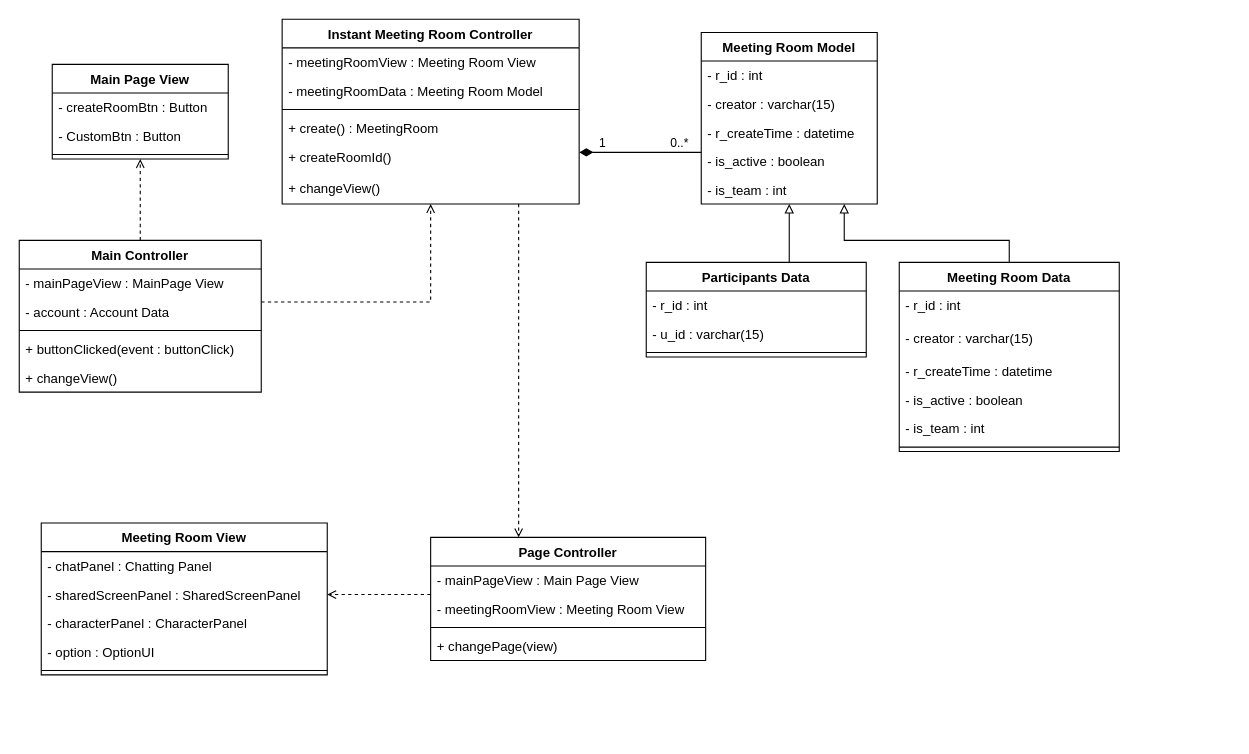
ONFFLine/Diagram keeps this draw.io diagram as CD1.drawio. Above is the earlier version. Source tidied: cells renumbered, new cells numbered last; positions are measured from the earlier drawing's top-left corner, leaving out a move shared by most shapes. Both pictures are drawn from the tidied source at 110%, with x=0, y=0 at pixel (19, 19).
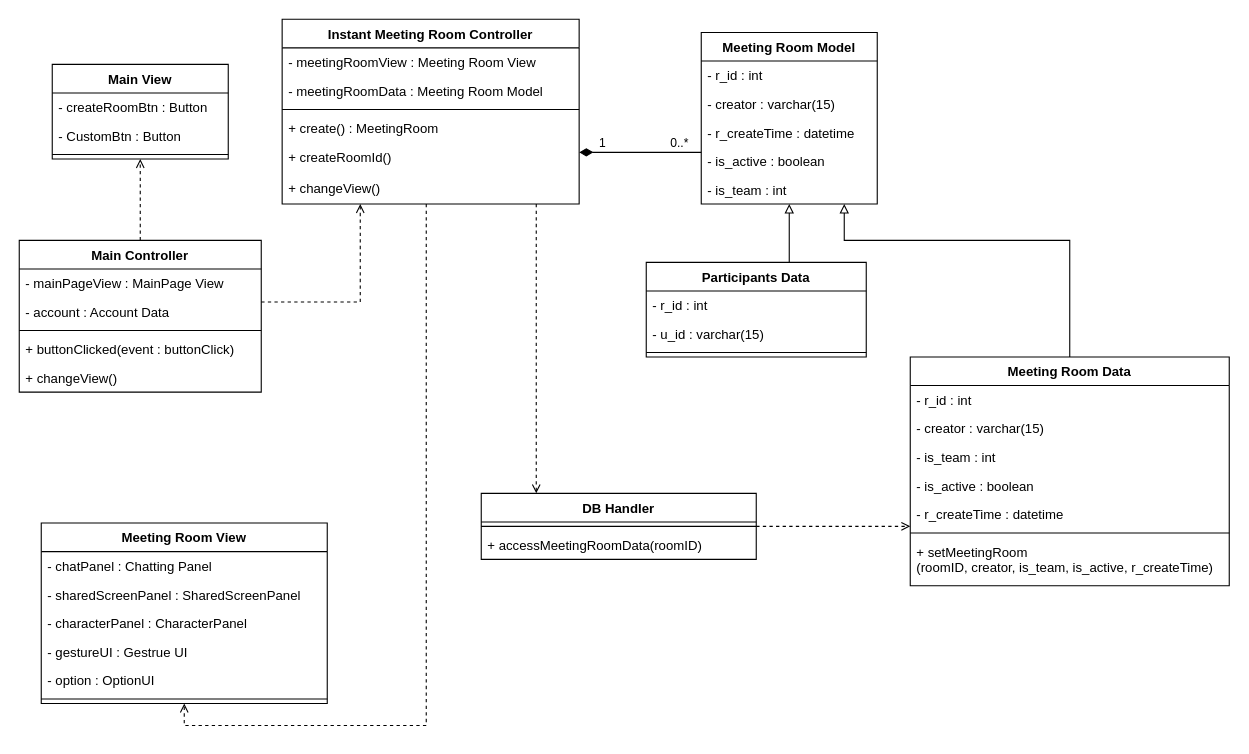
The same page after the edit.

The change refers to these unchanged cells:
```xml
<mxCell id="3" value="Instant Meeting Room Controller" style="swimlane;fontStyle=1;align=center;verticalAlign=top;horizontal=1;startSize=26;" parent="1" vertex="1">
  <mxGeometry x="239" width="270" height="168" as="geometry" />
</mxCell>
<mxCell id="12" value="Main Controller" style="swimlane;fontStyle=1;align=center;verticalAlign=top;horizontal=1;startSize=26;" parent="1" vertex="1">
  <mxGeometry y="201" width="220" height="138" as="geometry" />
</mxCell>
<mxCell id="24" value="- sharedScreenPanel : SharedScreenPanel" style="text;strokeColor=none;fillColor=none;align=left;verticalAlign=top;spacingLeft=4;spacingRight=4;overflow=hidden;points=[[0,0.5],[1,0.5]];portConstraint=eastwest;" parent="22" vertex="1">
  <mxGeometry y="52" width="260" height="26" as="geometry" />
</mxCell>
<mxCell id="37" value="Meeting Room Model" style="swimlane;fontStyle=1;align=center;verticalAlign=top;horizontal=1;startSize=26;" parent="1" vertex="1">
  <mxGeometry x="620" y="12" width="160" height="156" as="geometry" />
</mxCell>
```

Diff of the diagram source:
```diff
@@
     <mxCell id="2" style="edgeStyle=orthogonalEdgeStyle;rounded=0;jettySize=auto;html=1;endArrow=open;endFill=0;dashed=1;" parent="1" edge="1" source="3" target="29">
       <mxGeometry relative="1" as="geometry">
         <Array as="points">
-          <mxPoint x="454" y="371" />
-          <mxPoint x="454" y="371" />
+          <mxPoint x="470" y="281" />
+          <mxPoint x="470" y="281" />
         </Array>
       </mxGeometry>
     </mxCell>
+    <mxCell id="56" style="edgeStyle=orthogonalEdgeStyle;rounded=0;jettySize=auto;html=1;entryX=0.5;entryY=1;entryDx=0;entryDy=0;dashed=1;endArrow=open;endFill=0;" parent="1" edge="1" source="3" target="22">
+      <mxGeometry relative="1" as="geometry">
+        <Array as="points">
+          <mxPoint x="370" y="642" />
+          <mxPoint x="150" y="642" />
+        </Array>
+      </mxGeometry>
+    </mxCell>
@@
     <mxCell id="10" style="edgeStyle=orthogonalEdgeStyle;rounded=0;jettySize=auto;html=1;dashed=1;endArrow=open;endFill=0;" parent="1" edge="1" source="12" target="3">
       <mxGeometry relative="1" as="geometry">
         <Array as="points">
-          <mxPoint x="240" y="257" />
-          <mxPoint x="240" y="257" />
+          <mxPoint x="310" y="257" />
         </Array>
       </mxGeometry>
     </mxCell>
@@
-    <mxCell id="18" value="Main Page View" style="swimlane;fontStyle=1;align=center;verticalAlign=top;horizontal=1;startSize=26;" parent="1" vertex="1">
+    <mxCell id="18" value="Main View" style="swimlane;fontStyle=1;align=center;verticalAlign=top;horizontal=1;startSize=26;" parent="1" vertex="1">
       <mxGeometry x="30" y="41" width="160" height="86" as="geometry" />
     </mxCell>
@@
     <mxCell id="22" value="Meeting Room View" style="swimlane;fontStyle=1;align=center;verticalAlign=top;horizontal=1;startSize=26;" parent="1" vertex="1">
-      <mxGeometry x="20" y="458" width="260" height="138" as="geometry" />
+      <mxGeometry x="20" y="458" width="260" height="164" as="geometry" />
     </mxCell>
@@
+    <mxCell id="57" value="- characterPanel : CharacterPanel" style="text;strokeColor=none;fillColor=none;align=left;verticalAlign=top;spacingLeft=4;spacingRight=4;overflow=hidden;" parent="22" vertex="1">
+      <mxGeometry y="78" width="260" height="26" as="geometry" />
+    </mxCell>
-    <mxCell id="25" value="- characterPanel : CharacterPanel" style="text;strokeColor=none;fillColor=none;align=left;verticalAlign=top;spacingLeft=4;spacingRight=4;overflow=hidden;" parent="22" vertex="1">
-      <mxGeometry y="78" width="260" height="26" as="geometry" />
+    <mxCell id="25" value="- gestureUI : Gestrue UI" style="text;strokeColor=none;fillColor=none;align=left;verticalAlign=top;spacingLeft=4;spacingRight=4;overflow=hidden;" parent="22" vertex="1">
+      <mxGeometry y="104" width="260" height="26" as="geometry" />
     </mxCell>
     <mxCell id="26" value="- option : OptionUI" style="text;strokeColor=none;fillColor=none;align=left;verticalAlign=top;spacingLeft=4;spacingRight=4;overflow=hidden;" parent="22" vertex="1">
-      <mxGeometry y="104" width="260" height="26" as="geometry" />
+      <mxGeometry y="130" width="260" height="26" as="geometry" />
     </mxCell>
     <mxCell id="27" style="line;strokeWidth=1;fillColor=none;align=left;verticalAlign=middle;spacingTop=-1;spacingLeft=3;spacingRight=3;labelPosition=right;" parent="22" vertex="1">
-      <mxGeometry y="130" width="260" height="8" as="geometry" />
+      <mxGeometry y="156" width="260" height="8" as="geometry" />
     </mxCell>
-    <mxCell id="28" style="edgeStyle=orthogonalEdgeStyle;rounded=0;jettySize=auto;html=1;entryX=1;entryY=0.5;entryDx=0;entryDy=0;dashed=1;endArrow=open;endFill=0;" parent="1" edge="1" source="29" target="24">
-      <mxGeometry relative="1" as="geometry">
-        <Array as="points">
-          <mxPoint x="350" y="523" />
-          <mxPoint x="350" y="523" />
-        </Array>
-      </mxGeometry>
-    </mxCell>
-    <mxCell id="29" value="Page Controller" style="swimlane;fontStyle=1;align=center;verticalAlign=top;horizontal=1;startSize=26;" parent="1" vertex="1">
-      <mxGeometry x="374" y="471" width="250" height="112" as="geometry" />
+    <mxCell id="29" value="DB Handler" style="swimlane;fontStyle=1;align=center;verticalAlign=top;horizontal=1;startSize=26;" parent="1" vertex="1">
+      <mxGeometry x="420" y="431" width="250" height="60" as="geometry" />
     </mxCell>
-    <mxCell id="30" value="- mainPageView : Main Page View" style="text;strokeColor=none;fillColor=none;align=left;verticalAlign=top;spacingLeft=4;spacingRight=4;overflow=hidden;" parent="29" vertex="1">
-      <mxGeometry y="26" width="250" height="26" as="geometry" />
-    </mxCell>
-    <mxCell id="31" value="- meetingRoomView : Meeting Room View" style="text;strokeColor=none;fillColor=none;align=left;verticalAlign=top;spacingLeft=4;spacingRight=4;overflow=hidden;" parent="29" vertex="1">
-      <mxGeometry y="52" width="250" height="26" as="geometry" />
-    </mxCell>
     <mxCell id="32" style="line;strokeWidth=1;fillColor=none;align=left;verticalAlign=middle;spacingTop=-1;spacingLeft=3;spacingRight=3;labelPosition=right;" parent="29" vertex="1">
-      <mxGeometry y="78" width="250" height="8" as="geometry" />
+      <mxGeometry y="26" width="250" height="8" as="geometry" />
     </mxCell>
-    <mxCell id="33" value="+ changePage(view)" style="text;strokeColor=none;fillColor=none;align=left;verticalAlign=top;spacingLeft=4;spacingRight=4;overflow=hidden;" parent="29" vertex="1">
-      <mxGeometry y="86" width="250" height="26" as="geometry" />
+    <mxCell id="33" value="+ accessMeetingRoomData(roomID)" style="text;strokeColor=none;fillColor=none;align=left;verticalAlign=top;spacingLeft=4;spacingRight=4;overflow=hidden;" parent="29" vertex="1">
+      <mxGeometry y="34" width="250" height="26" as="geometry" />
     </mxCell>
@@
-    <mxCell id="48" style="edgeStyle=orthogonalEdgeStyle;rounded=0;jettySize=auto;html=1;endArrow=block;endFill=0;startSize=6;endSize=6;strokeWidth=1;" parent="1" edge="1" source="49" target="37">
+    <mxCell id="48" style="edgeStyle=orthogonalEdgeStyle;rounded=0;jettySize=auto;html=1;endArrow=block;endFill=0;startSize=6;endSize=6;strokeWidth=1;exitX=0.5;exitY=0;exitDx=0;exitDy=0;" parent="1" edge="1" source="49" target="37">
       <mxGeometry relative="1" as="geometry">
         <Array as="points">
-          <mxPoint x="900" y="201" />
+          <mxPoint x="955" y="201" />
           <mxPoint x="750" y="201" />
         </Array>
       </mxGeometry>
     </mxCell>
     <mxCell id="49" value="Meeting Room Data" style="swimlane;fontStyle=1;align=center;verticalAlign=top;horizontal=1;startSize=26;" parent="1" vertex="1">
-      <mxGeometry x="800" y="221" width="200" height="172" as="geometry" />
+      <mxGeometry x="810" y="307" width="290" height="208" as="geometry" />
     </mxCell>
     <mxCell id="50" value="- r_id : int" style="text;strokeColor=none;fillColor=none;align=left;verticalAlign=top;spacingLeft=4;spacingRight=4;overflow=hidden;" parent="49" vertex="1">
-      <mxGeometry y="26" width="200" height="30" as="geometry" />
+      <mxGeometry y="26" width="290" height="26" as="geometry" />
     </mxCell>
     <mxCell id="51" value="- creator : varchar(15)" style="text;strokeColor=none;fillColor=none;align=left;verticalAlign=top;spacingLeft=4;spacingRight=4;overflow=hidden;" parent="49" vertex="1">
-      <mxGeometry y="56" width="200" height="30" as="geometry" />
+      <mxGeometry y="52" width="290" height="26" as="geometry" />
     </mxCell>
+    <mxCell id="54" value="- is_team : int" style="text;strokeColor=none;fillColor=none;align=left;verticalAlign=top;spacingLeft=4;spacingRight=4;overflow=hidden;" parent="49" vertex="1">
+      <mxGeometry y="78" width="290" height="26" as="geometry" />
+    </mxCell>
+    <mxCell id="53" value="- is_active : boolean" style="text;strokeColor=none;fillColor=none;align=left;verticalAlign=top;spacingLeft=4;spacingRight=4;overflow=hidden;" parent="49" vertex="1">
+      <mxGeometry y="104" width="290" height="26" as="geometry" />
+    </mxCell>
     <mxCell id="52" value="- r_createTime : datetime" style="text;strokeColor=none;fillColor=none;align=left;verticalAlign=top;spacingLeft=4;spacingRight=4;overflow=hidden;" parent="49" vertex="1">
-      <mxGeometry y="86" width="200" height="26" as="geometry" />
+      <mxGeometry y="130" width="290" height="26" as="geometry" />
     </mxCell>
-    <mxCell id="53" value="- is_active : boolean" style="text;strokeColor=none;fillColor=none;align=left;verticalAlign=top;spacingLeft=4;spacingRight=4;overflow=hidden;" parent="49" vertex="1">
-      <mxGeometry y="112" width="200" height="26" as="geometry" />
-    </mxCell>
-    <mxCell id="54" value="- is_team : int" style="text;strokeColor=none;fillColor=none;align=left;verticalAlign=top;spacingLeft=4;spacingRight=4;overflow=hidden;" parent="49" vertex="1">
-      <mxGeometry y="138" width="200" height="26" as="geometry" />
-    </mxCell>
-    <mxCell id="55" style="line;strokeWidth=1;fillColor=none;align=left;verticalAlign=middle;spacingTop=-1;spacingLeft=3;spacingRight=3;labelPosition=right;" parent="49" vertex="1">
-      <mxGeometry y="164" width="200" height="8" as="geometry" />
-    </mxCell>
+    <mxCell id="58" style="line;strokeWidth=1;fillColor=none;align=left;verticalAlign=middle;spacingTop=-1;spacingLeft=3;spacingRight=3;labelPosition=right;" parent="49" vertex="1">
+      <mxGeometry y="156" width="290" height="8" as="geometry" />
+    </mxCell>
+    <mxCell id="59" value="+ setMeetingRoom&#10;(roomID, creator, is_team, is_active, r_createTime)" style="text;strokeColor=none;fillColor=none;align=left;verticalAlign=top;spacingLeft=4;spacingRight=4;overflow=hidden;" parent="49" vertex="1">
+      <mxGeometry y="164" width="290" height="44" as="geometry" />
+    </mxCell>
+    <mxCell id="60" style="edgeStyle=orthogonalEdgeStyle;rounded=0;jettySize=auto;html=1;dashed=1;endArrow=open;endFill=0;" parent="1" edge="1" target="49">
+      <mxGeometry relative="1" as="geometry">
+        <mxPoint x="670" y="461" as="sourcePoint" />
+        <Array as="points">
+          <mxPoint x="670" y="461" />
+        </Array>
+      </mxGeometry>
+    </mxCell>
```
